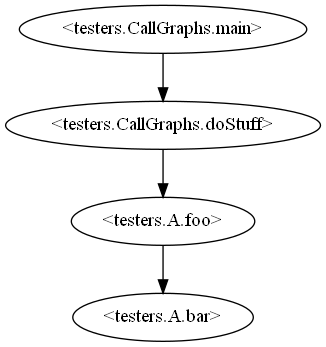
1visible/TP2_Evol-Restruct keeps this Graphviz diagram as call-graph.png. Above is the earlier version. Its source is kept beside it as call-graph.dot.
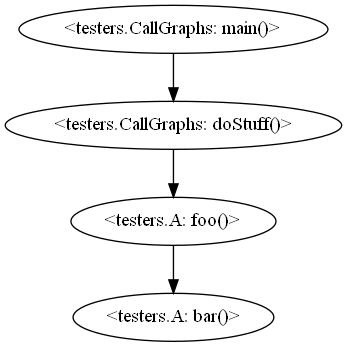
After the commit.

The edit, as a diff of the source:
```diff
@@ -1,5 +1,5 @@
 digraph "call-graph" {
-	"<testers.CallGraphs.main>"->"<testers.CallGraphs.doStuff>";
-	"<testers.CallGraphs.doStuff>"->"<testers.A.foo>";
-	"<testers.A.foo>"->"<testers.A.bar>";
+	"<testers.CallGraphs: main()>"->"<testers.CallGraphs: doStuff()>";
+	"<testers.CallGraphs: doStuff()>"->"<testers.A: foo()>";
+	"<testers.A: foo()>"->"<testers.A: bar()>";
 }
```
